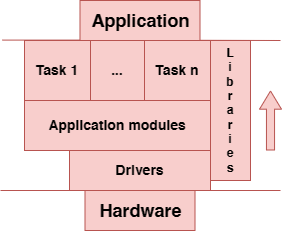
Above: .docs/Project structure.png in silvio3105/Rules3105 (draw.io), before the change. Source tidied: cells renumbered, new cells last; positions are measured from the earlier drawing's top-left corner, leaving out a move shared by most shapes. Its diagram source:
```xml
<mxGraphModel>
  <root>
    <mxCell id="0" />
    <mxCell id="1" parent="0" />
    <mxCell id="2" style="endArrow=none;html=1;rounded=0;fillColor=#f8cecc;strokeColor=#b85450;" parent="1" edge="1">
      <mxGeometry relative="1" as="geometry">
        <mxPoint y="190" as="sourcePoint" />
        <mxPoint x="280" y="190" as="targetPoint" />
      </mxGeometry>
    </mxCell>
    <mxCell id="3" value="&lt;font style=&quot;font-size: 14px;&quot;&gt;&lt;b&gt;Drivers&lt;/b&gt;&lt;/font&gt;" style="rounded=0;whiteSpace=wrap;html=1;fillColor=#f8cecc;strokeColor=#b85450;" parent="1" vertex="1">
      <mxGeometry x="69" y="150" width="141" height="40" as="geometry" />
    </mxCell>
    <mxCell id="4" value="&lt;font style=&quot;font-size: 12px;&quot;&gt;&lt;b&gt;L&lt;br&gt;i&lt;br&gt;b&lt;br&gt;r&lt;br&gt;a&lt;br&gt;r&lt;br&gt;i&lt;br&gt;e&lt;br&gt;s&lt;/b&gt;&lt;/font&gt;" style="rounded=0;whiteSpace=wrap;html=1;fillColor=#f8cecc;strokeColor=#b85450;" parent="1" vertex="1">
      <mxGeometry x="210" y="40" width="40" height="140" as="geometry" />
    </mxCell>
    <mxCell id="5" value="&lt;font style=&quot;font-size: 14px;&quot;&gt;&lt;b&gt;Application modules&lt;/b&gt;&lt;/font&gt;" style="rounded=0;whiteSpace=wrap;html=1;fillColor=#f8cecc;strokeColor=#b85450;" parent="1" vertex="1">
      <mxGeometry x="24" y="100" width="186" height="50" as="geometry" />
    </mxCell>
    <mxCell id="6" value="&lt;font style=&quot;font-size: 14px;&quot;&gt;&lt;b&gt;Task 1&lt;/b&gt;&lt;/font&gt;" style="rounded=0;whiteSpace=wrap;html=1;fillColor=#f8cecc;strokeColor=#b85450;" parent="1" vertex="1">
      <mxGeometry x="24" y="40" width="66" height="60" as="geometry" />
    </mxCell>
    <mxCell id="7" value="&lt;font style=&quot;font-size: 14px;&quot;&gt;&lt;b&gt;Task n&lt;/b&gt;&lt;/font&gt;" style="rounded=0;whiteSpace=wrap;html=1;fillStyle=auto;fillColor=#f8cecc;strokeColor=#b85450;" parent="1" vertex="1">
      <mxGeometry x="144" y="40" width="66" height="60" as="geometry" />
    </mxCell>
    <mxCell id="8" value="&lt;font style=&quot;font-size: 14px;&quot;&gt;&lt;b&gt;...&lt;/b&gt;&lt;/font&gt;" style="rounded=0;whiteSpace=wrap;html=1;fillColor=#f8cecc;strokeColor=#b85450;" parent="1" vertex="1">
      <mxGeometry x="90" y="40" width="54" height="60" as="geometry" />
    </mxCell>
    <mxCell id="9" style="endArrow=none;html=1;rounded=0;fontColor=#FF9999;fillColor=#f8cecc;strokeColor=#b85450;" parent="1" edge="1">
      <mxGeometry relative="1" as="geometry">
        <mxPoint x="2" y="39.6" as="sourcePoint" />
        <mxPoint x="280" y="40" as="targetPoint" />
        <Array as="points">
          <mxPoint x="112" y="39.6" />
        </Array>
      </mxGeometry>
    </mxCell>
    <mxCell id="10" value="&lt;b&gt;&lt;font style=&quot;font-size: 18px;&quot;&gt;Application&lt;br&gt;&lt;/font&gt;&lt;/b&gt;" style="text;html=1;align=center;verticalAlign=middle;points=[];strokeColor=#b85450;fillColor=#f8cecc;" parent="1" vertex="1">
      <mxGeometry x="79.5" width="120" height="40" as="geometry" />
    </mxCell>
    <mxCell id="11" style="shape=flexArrow;endArrow=classic;html=1;rounded=0;endWidth=12.857142857142856;endSize=5.728571428571428;width=8.095238095238095;fillColor=#f8cecc;strokeColor=#b85450;" parent="1" edge="1">
      <mxGeometry relative="1" as="geometry">
        <mxPoint x="270" y="150" as="sourcePoint" />
        <mxPoint x="270" y="90" as="targetPoint" />
      </mxGeometry>
    </mxCell>
    <mxCell id="12" value="&lt;b&gt;&lt;font style=&quot;font-size: 18px;&quot;&gt;Hardware&lt;br&gt;&lt;/font&gt;&lt;/b&gt;" style="text;html=1;align=center;verticalAlign=middle;points=[];strokeColor=#b85450;fillColor=#f8cecc;" parent="1" vertex="1">
      <mxGeometry x="84.5" y="190" width="110" height="40" as="geometry" />
    </mxCell>
  </root>
</mxGraphModel>
```
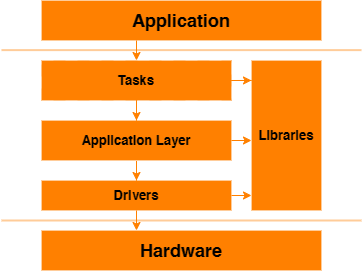
Later version of the same file.

Commit message:
New project application diagram.

The edit, as a diff of the source:
```diff
@@ -2,50 +2,63 @@
   <root>
     <mxCell id="0" />
     <mxCell id="1" parent="0" />
-    <mxCell id="2" style="endArrow=none;html=1;rounded=0;fillColor=#f8cecc;strokeColor=#b85450;" parent="1" edge="1">
+    <mxCell id="2" style="endArrow=none;html=1;rounded=0;fillColor=#f8cecc;strokeColor=#FFCC99;strokeWidth=2;" parent="1" edge="1">
       <mxGeometry relative="1" as="geometry">
-        <mxPoint y="190" as="sourcePoint" />
-        <mxPoint x="280" y="190" as="targetPoint" />
+        <mxPoint x="-200" y="500" as="sourcePoint" />
+        <mxPoint x="160" y="500" as="targetPoint" />
       </mxGeometry>
     </mxCell>
+    <mxCell id="12" value="&lt;b&gt;&lt;font style=&quot;font-size: 18px;&quot;&gt;Hardware&lt;/font&gt;&lt;/b&gt;" style="rounded=0;whiteSpace=wrap;html=1;fillColor=#FF8000;strokeColor=#FFCC99;" parent="1" vertex="1">
+      <mxGeometry x="-160" y="510" width="280" height="40" as="geometry" />
+    </mxCell>
-    <mxCell id="3" value="&lt;font style=&quot;font-size: 14px;&quot;&gt;&lt;b&gt;Drivers&lt;/b&gt;&lt;/font&gt;" style="rounded=0;whiteSpace=wrap;html=1;fillColor=#f8cecc;strokeColor=#b85450;" parent="1" vertex="1">
-      <mxGeometry x="69" y="150" width="141" height="40" as="geometry" />
+    <mxCell id="3" value="&lt;b&gt;&lt;font style=&quot;font-size: 13px;&quot;&gt;Drivers&lt;/font&gt;&lt;/b&gt;" style="rounded=0;whiteSpace=wrap;html=1;fillColor=#FF8000;strokeColor=#FFCC99;" parent="1" vertex="1">
+      <mxGeometry x="-160" y="460" width="190" height="30" as="geometry" />
     </mxCell>
-    <mxCell id="4" value="&lt;font style=&quot;font-size: 12px;&quot;&gt;&lt;b&gt;L&lt;br&gt;i&lt;br&gt;b&lt;br&gt;r&lt;br&gt;a&lt;br&gt;r&lt;br&gt;i&lt;br&gt;e&lt;br&gt;s&lt;/b&gt;&lt;/font&gt;" style="rounded=0;whiteSpace=wrap;html=1;fillColor=#f8cecc;strokeColor=#b85450;" parent="1" vertex="1">
-      <mxGeometry x="210" y="40" width="40" height="140" as="geometry" />
-    </mxCell>
-    <mxCell id="5" value="&lt;font style=&quot;font-size: 14px;&quot;&gt;&lt;b&gt;Application modules&lt;/b&gt;&lt;/font&gt;" style="rounded=0;whiteSpace=wrap;html=1;fillColor=#f8cecc;strokeColor=#b85450;" parent="1" vertex="1">
-      <mxGeometry x="24" y="100" width="186" height="50" as="geometry" />
-    </mxCell>
-    <mxCell id="6" value="&lt;font style=&quot;font-size: 14px;&quot;&gt;&lt;b&gt;Task 1&lt;/b&gt;&lt;/font&gt;" style="rounded=0;whiteSpace=wrap;html=1;fillColor=#f8cecc;strokeColor=#b85450;" parent="1" vertex="1">
-      <mxGeometry x="24" y="40" width="66" height="60" as="geometry" />
-    </mxCell>
-    <mxCell id="7" value="&lt;font style=&quot;font-size: 14px;&quot;&gt;&lt;b&gt;Task n&lt;/b&gt;&lt;/font&gt;" style="rounded=0;whiteSpace=wrap;html=1;fillStyle=auto;fillColor=#f8cecc;strokeColor=#b85450;" parent="1" vertex="1">
-      <mxGeometry x="144" y="40" width="66" height="60" as="geometry" />
-    </mxCell>
-    <mxCell id="8" value="&lt;font style=&quot;font-size: 14px;&quot;&gt;&lt;b&gt;...&lt;/b&gt;&lt;/font&gt;" style="rounded=0;whiteSpace=wrap;html=1;fillColor=#f8cecc;strokeColor=#b85450;" parent="1" vertex="1">
-      <mxGeometry x="90" y="40" width="54" height="60" as="geometry" />
-    </mxCell>
-    <mxCell id="9" style="endArrow=none;html=1;rounded=0;fontColor=#FF9999;fillColor=#f8cecc;strokeColor=#b85450;" parent="1" edge="1">
-      <mxGeometry relative="1" as="geometry">
-        <mxPoint x="2" y="39.6" as="sourcePoint" />
-        <mxPoint x="280" y="40" as="targetPoint" />
-        <Array as="points">
-          <mxPoint x="112" y="39.6" />
-        </Array>
-      </mxGeometry>
-    </mxCell>
+    <mxCell id="13" value="&lt;b&gt;&lt;font style=&quot;font-size: 13px;&quot;&gt;Libraries&lt;/font&gt;&lt;/b&gt;" style="rounded=0;whiteSpace=wrap;html=1;fillColor=#FF8000;strokeColor=#FFCC99;" parent="1" vertex="1">
+      <mxGeometry x="50" y="340" width="70" height="150" as="geometry" />
+    </mxCell>
+    <mxCell id="14" style="edgeStyle=orthogonalEdgeStyle;rounded=0;jettySize=auto;html=1;entryX=0.5;entryY=0;entryDx=0;entryDy=0;strokeColor=#FF8000;" parent="1" edge="1" source="15" target="3">
+      <mxGeometry relative="1" as="geometry" />
+    </mxCell>
+    <mxCell id="15" value="&lt;b&gt;&lt;font style=&quot;font-size: 13px;&quot;&gt;Application Layer&lt;/font&gt;&lt;/b&gt;" style="rounded=0;whiteSpace=wrap;html=1;fillColor=#FF8000;strokeColor=#FFCC99;" parent="1" vertex="1">
+      <mxGeometry x="-160" y="400" width="190" height="40" as="geometry" />
+    </mxCell>
+    <mxCell id="16" style="endArrow=none;html=1;rounded=0;fillColor=#f8cecc;strokeColor=#FFCC99;strokeWidth=2;" parent="1" edge="1">
+      <mxGeometry relative="1" as="geometry">
+        <mxPoint x="-200" y="329.6" as="sourcePoint" />
+        <mxPoint x="160" y="329.6" as="targetPoint" />
+      </mxGeometry>
+    </mxCell>
-    <mxCell id="10" value="&lt;b&gt;&lt;font style=&quot;font-size: 18px;&quot;&gt;Application&lt;br&gt;&lt;/font&gt;&lt;/b&gt;" style="text;html=1;align=center;verticalAlign=middle;points=[];strokeColor=#b85450;fillColor=#f8cecc;" parent="1" vertex="1">
-      <mxGeometry x="79.5" width="120" height="40" as="geometry" />
+    <mxCell id="10" value="&lt;b&gt;&lt;font style=&quot;font-size: 18px;&quot;&gt;Application&lt;/font&gt;&lt;/b&gt;" style="rounded=0;whiteSpace=wrap;html=1;fillColor=#FF8000;strokeColor=#FFCC99;" parent="1" vertex="1">
+      <mxGeometry x="-160" y="280" width="280" height="40" as="geometry" />
     </mxCell>
-    <mxCell id="11" style="shape=flexArrow;endArrow=classic;html=1;rounded=0;endWidth=12.857142857142856;endSize=5.728571428571428;width=8.095238095238095;fillColor=#f8cecc;strokeColor=#b85450;" parent="1" edge="1">
-      <mxGeometry relative="1" as="geometry">
-        <mxPoint x="270" y="150" as="sourcePoint" />
-        <mxPoint x="270" y="90" as="targetPoint" />
-      </mxGeometry>
-    </mxCell>
-    <mxCell id="12" value="&lt;b&gt;&lt;font style=&quot;font-size: 18px;&quot;&gt;Hardware&lt;br&gt;&lt;/font&gt;&lt;/b&gt;" style="text;html=1;align=center;verticalAlign=middle;points=[];strokeColor=#b85450;fillColor=#f8cecc;" parent="1" vertex="1">
-      <mxGeometry x="84.5" y="190" width="110" height="40" as="geometry" />
-    </mxCell>
+    <mxCell id="17" style="edgeStyle=orthogonalEdgeStyle;rounded=0;jettySize=auto;html=1;entryX=0.5;entryY=0;entryDx=0;entryDy=0;strokeColor=#FF8000;" parent="1" edge="1" source="18" target="15">
+      <mxGeometry relative="1" as="geometry" />
+    </mxCell>
+    <mxCell id="18" value="&lt;b&gt;&lt;font style=&quot;font-size: 13px;&quot;&gt;Tasks&lt;br&gt;&lt;/font&gt;&lt;/b&gt;" style="rounded=0;whiteSpace=wrap;html=1;fillColor=#FF8000;strokeColor=#FFCC99;dashed=1;dashPattern=12 12;" parent="1" vertex="1">
+      <mxGeometry x="-160" y="340" width="190" height="40" as="geometry" />
+    </mxCell>
+    <mxCell id="19" style="edgeStyle=orthogonalEdgeStyle;rounded=0;jettySize=auto;html=1;strokeColor=#FF8000;" parent="1" edge="1" source="15">
+      <mxGeometry relative="1" as="geometry">
+        <mxPoint x="50" y="420" as="targetPoint" />
+      </mxGeometry>
+    </mxCell>
+    <mxCell id="20" style="edgeStyle=orthogonalEdgeStyle;rounded=0;jettySize=auto;html=1;entryX=0.5;entryY=0;entryDx=0;entryDy=0;strokeColor=#FF8000;" parent="1" edge="1" source="10" target="18">
+      <mxGeometry relative="1" as="geometry">
+        <Array as="points">
+          <mxPoint x="-65" y="320" />
+          <mxPoint x="-65" y="320" />
+        </Array>
+      </mxGeometry>
+    </mxCell>
+    <mxCell id="21" style="edgeStyle=orthogonalEdgeStyle;rounded=0;jettySize=auto;html=1;entryX=0.339;entryY=0;entryDx=0;entryDy=0;entryPerimeter=0;strokeColor=#FF8000;" parent="1" edge="1" source="3" target="12">
+      <mxGeometry relative="1" as="geometry" />
+    </mxCell>
+    <mxCell id="22" style="edgeStyle=orthogonalEdgeStyle;rounded=0;jettySize=auto;html=1;entryX=0;entryY=0.906;entryDx=0;entryDy=0;entryPerimeter=0;strokeColor=#FF8000;" parent="1" edge="1" source="3" target="13">
+      <mxGeometry relative="1" as="geometry" />
+    </mxCell>
+    <mxCell id="23" style="edgeStyle=orthogonalEdgeStyle;rounded=0;jettySize=auto;html=1;entryX=0;entryY=0.133;entryDx=0;entryDy=0;entryPerimeter=0;strokeColor=#FF8000;" parent="1" edge="1" source="18" target="13">
+      <mxGeometry relative="1" as="geometry" />
+    </mxCell>
   </root>
 </mxGraphModel>
```
